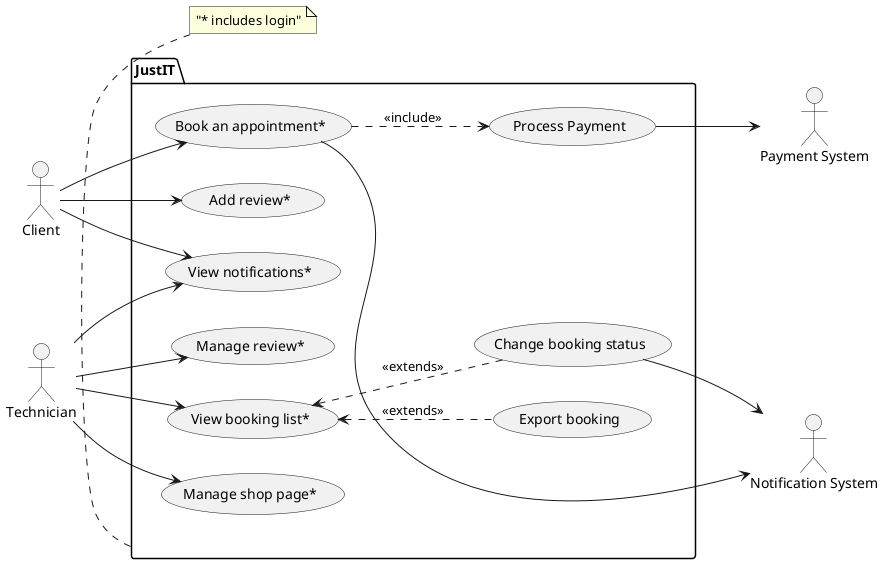
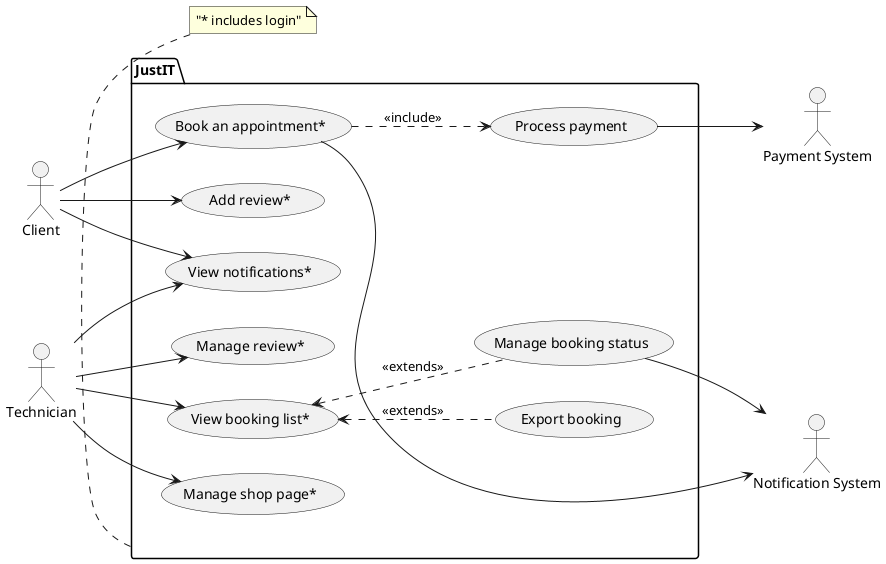
@startuml
left to right direction
actor "Client" as c
actor "Technician" as t
actor "Notification System" as n
actor "Payment System" as p


package JustIT {
usecase "Add review*" as UC1
usecase "Book an appointment*" as UC2
usecase "View notifications*" as UC3
usecase "Manage shop page*" as UC4
usecase "View booking list*" as UC5
usecase "Export booking" as UC6
- usecase "Change booking status" as UC7
- usecase "Process Payment" as UC8
+ usecase "Manage booking status" as UC7
+ usecase "Process payment" as UC8
usecase "Manage review*" as UC9
}

note bottom of JustIT
"* includes login"
  end note

c --> UC1
c --> UC2
c --> UC3
t --> UC3
t --> UC4
t --> UC5
t --> UC9
UC2 -.> UC8: <<include>>
UC8 --> p
UC2 ---> n
UC7 --> n
UC5 <.d. UC6 : <<extends>>
UC7 .u.> UC5:  <<extends>>

@enduml